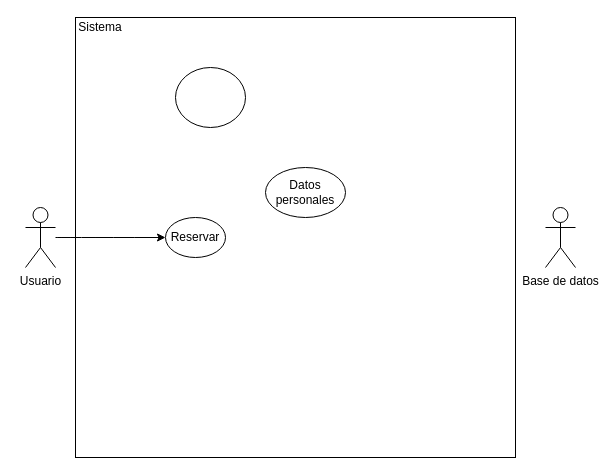
Earlier version of the draw.io diagram Caso de Uso.drawio (RaulMartinezYT/Balines-mojados). Source tidied: cells renumbered, new cells numbered last; positions are measured from the earlier drawing's top-left corner, leaving out a move shared by most shapes. Both pictures are drawn from the tidied source at 100%, with x=0, y=0 at pixel (25, 17).
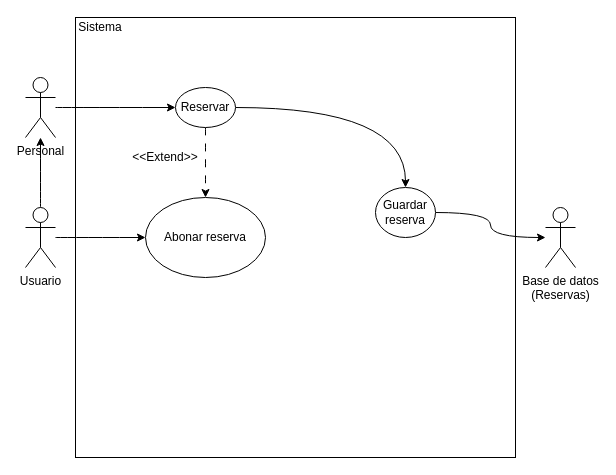
The same diagram, later.

Diff of the diagram source:
```diff
@@
 <mxGraphModel>
   <root>
     <mxCell id="0" />
     <mxCell id="1" parent="0" />
     <mxCell id="2" style="whiteSpace=wrap;html=1;" parent="1" vertex="1">
       <mxGeometry x="50" width="440" height="440" as="geometry" />
     </mxCell>
-    <mxCell id="3" style="edgeStyle=orthogonalEdgeStyle;curved=1;rounded=0;jettySize=auto;html=1;" parent="1" edge="1" source="4" target="7">
-      <mxGeometry relative="1" as="geometry" />
-    </mxCell>
+    <mxCell id="10" style="edgeStyle=orthogonalEdgeStyle;curved=1;rounded=0;jettySize=auto;html=1;" parent="1" edge="1" source="4" target="17">
+      <mxGeometry relative="1" as="geometry" />
+    </mxCell>
+    <mxCell id="11" style="edgeStyle=orthogonalEdgeStyle;curved=1;rounded=0;jettySize=auto;html=1;" parent="1" edge="1" source="4" target="18">
+      <mxGeometry relative="1" as="geometry" />
+    </mxCell>
     <mxCell id="4" value="Usuario" style="shape=umlActor;verticalLabelPosition=bottom;verticalAlign=top;html=1;outlineConnect=0;" parent="1" vertex="1">
       <mxGeometry y="190" width="30" height="60" as="geometry" />
     </mxCell>
-    <mxCell id="5" value="Base de datos&lt;div&gt;&lt;br&gt;&lt;/div&gt;" style="shape=umlActor;verticalLabelPosition=bottom;verticalAlign=top;html=1;outlineConnect=0;" parent="1" vertex="1">
+    <mxCell id="5" value="Base de datos&lt;div&gt;(Reservas)&lt;/div&gt;" style="shape=umlActor;verticalLabelPosition=bottom;verticalAlign=top;html=1;outlineConnect=0;" parent="1" vertex="1">
       <mxGeometry x="520" y="190" width="30" height="60" as="geometry" />
     </mxCell>
     <mxCell id="6" value="Sistema" style="text;html=1;align=center;verticalAlign=middle;whiteSpace=wrap;rounded=0;" parent="1" vertex="1">
       <mxGeometry x="50" width="50" height="20" as="geometry" />
     </mxCell>
+    <mxCell id="12" style="edgeStyle=orthogonalEdgeStyle;curved=1;rounded=0;jettySize=auto;html=1;" parent="1" edge="1" source="7" target="15">
+      <mxGeometry relative="1" as="geometry" />
+    </mxCell>
+    <mxCell id="13" style="edgeStyle=orthogonalEdgeStyle;curved=1;rounded=0;jettySize=auto;html=1;dashed=1;dashPattern=8 8;" parent="1" edge="1" source="7" target="18">
+      <mxGeometry relative="1" as="geometry" />
+    </mxCell>
     <mxCell id="7" value="Reservar" style="ellipse;whiteSpace=wrap;html=1;" parent="1" vertex="1">
-      <mxGeometry x="140" y="200" width="60" height="40" as="geometry" />
+      <mxGeometry x="150" y="70" width="60" height="40" as="geometry" />
     </mxCell>
-    <mxCell id="8" value="Datos personales" style="ellipse;whiteSpace=wrap;html=1;" parent="1" vertex="1">
-      <mxGeometry x="240" y="150" width="80" height="50" as="geometry" />
-    </mxCell>
-    <mxCell id="9" style="ellipse;whiteSpace=wrap;html=1;" parent="1" vertex="1">
-      <mxGeometry x="150" y="50" width="70" height="60" as="geometry" />
-    </mxCell>
+    <mxCell id="14" style="edgeStyle=orthogonalEdgeStyle;curved=1;rounded=0;jettySize=auto;html=1;" parent="1" edge="1" source="15" target="5">
+      <mxGeometry relative="1" as="geometry" />
+    </mxCell>
+    <mxCell id="15" value="Guardar reserva" style="ellipse;whiteSpace=wrap;html=1;" parent="1" vertex="1">
+      <mxGeometry x="350" y="170" width="60" height="50" as="geometry" />
+    </mxCell>
+    <mxCell id="16" style="edgeStyle=orthogonalEdgeStyle;curved=1;rounded=0;jettySize=auto;html=1;" parent="1" edge="1" source="17" target="7">
+      <mxGeometry relative="1" as="geometry" />
+    </mxCell>
+    <mxCell id="17" value="Personal" style="shape=umlActor;verticalLabelPosition=bottom;verticalAlign=top;html=1;outlineConnect=0;" parent="1" vertex="1">
+      <mxGeometry y="60" width="30" height="60" as="geometry" />
+    </mxCell>
+    <mxCell id="18" value="Abonar reserva" style="ellipse;whiteSpace=wrap;html=1;" parent="1" vertex="1">
+      <mxGeometry x="120" y="180" width="120" height="80" as="geometry" />
+    </mxCell>
+    <mxCell id="19" value="&amp;lt;&amp;lt;Extend&amp;gt;&amp;gt;" style="text;html=1;align=center;verticalAlign=middle;whiteSpace=wrap;rounded=0;" parent="1" vertex="1">
+      <mxGeometry x="110" y="130" width="60" height="20" as="geometry" />
+    </mxCell>
   </root>
 </mxGraphModel>
```
